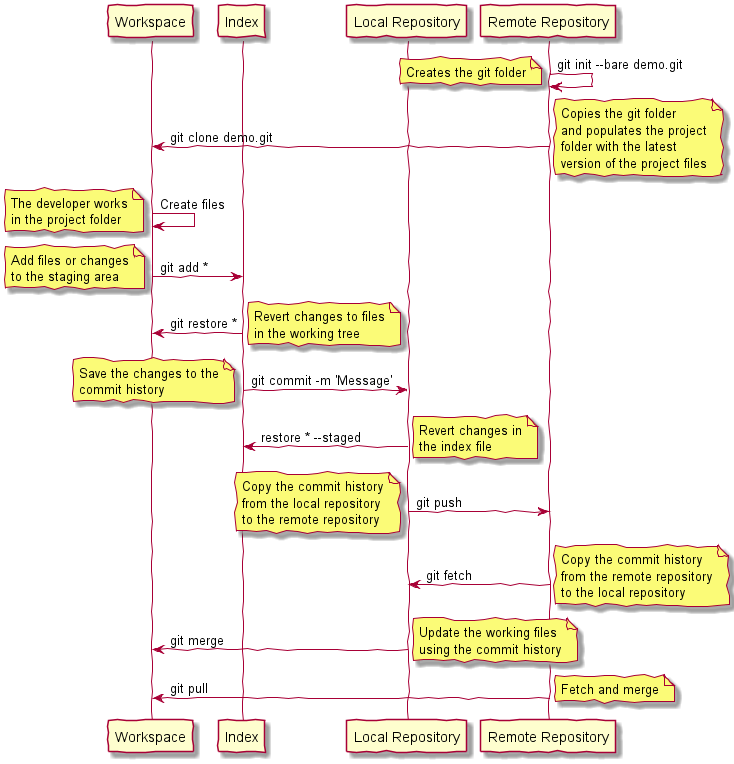
Earlier version of the PlantUML export Assets/images/git-dataflow-diagram.png (braboj/tutorial-git).
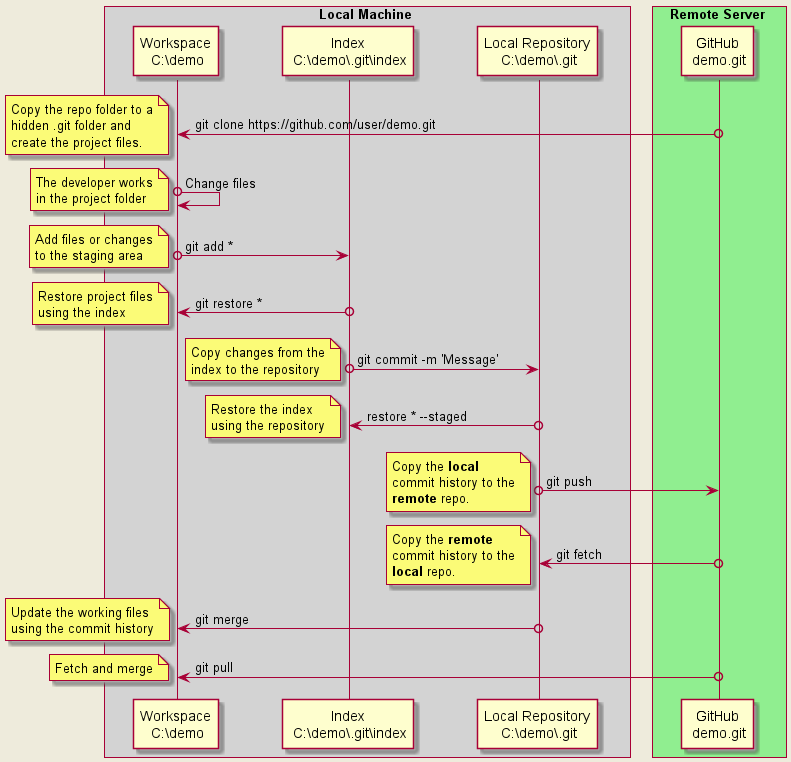
After the change.

Commit message:
(TUT-GIT) - Dataflow diagram

Change to the diagram source:
```diff
@@ -1,77 +1,79 @@
 @startuml
 skinparam lifelineStrategy solid
-skinparam handwritten true
+skinparam backgroundColor #EEEBDC
+skinparam handwritten false
+skinparam ParticipantPadding 25
+skinparam BoxPadding 10
 
-participant Workspace
-participant Index
-participant "Local Repository" as Local
-participant "Remote Repository" as Remote
+box Local Machine #LightGrey
+    participant "Workspace\n C:\demo" as Workspace
+    participant "Index\n C:\demo\.git\index" as Index
+    participant "Local Repository\n C:\demo\.git" as Local
+end box
 
-Remote -> Remote    : git init --bare demo.git
+box Remote Server #LightGreen
+    participant "GitHub\n demo.git" as Remote
+end box
+
+Remote o-> Workspace : git clone https://github.com/user/demo.git
 note left
-    Creates the git folder
+    Copy the repo folder to a
+    hidden .git folder and
+    create the project files.
 end note
 
-Remote -> Workspace : git clone demo.git
-note right
-    Copies the git folder
-    and populates the project
-    folder with the latest
-    version of the project files
-end note
-
-Workspace -> Workspace : Create files
+Workspace o-> Workspace : Change files
 note left
     The developer works
     in the project folder
 end note
 
-Workspace -> Index  : git add *
+Workspace o-> Index  : git add *
 note left
     Add files or changes
     to the staging area
 end note
 
-Index -> Workspace  : git restore *
-note right
-    Revert changes to files
-    in the working tree
+Index o-> Workspace  : git restore *
+note left
+    Restore project files
+    using the index
 end note
 
-Index -> Local      : git commit -m 'Message'
+Index o-> Local      : git commit -m 'Message'
 note left
-    Save the changes to the
-    commit history
+    Copy changes from the
+    index to the repository
 end note
 
-Local -> Index  :  restore * --staged
-note right
-    Revert changes in
-    the index file
+Local o-> Index  :  restore * --staged
+note left
+    Restore the index
+    using the repository
 end note
 
-Local -> Remote     : git push
+Local o-> Remote     : git push
 note left
-    Copy the commit history
-    from the local repository
-    to the remote repository
+    Copy the **local**
+    commit history to the
+    **remote** repo.
 end note
 
-Remote -> Local     : git fetch
-note right
-    Copy the commit history
-    from the remote repository
-    to the local repository
+Remote o-> Local     : git fetch
+note left
+    Copy the **remote**
+    commit history to the
+    **local** repo.
 end note
 
-Local -> Workspace  : git merge
-note right
+Local o-> Workspace  : git merge
+note left
     Update the working files
     using the commit history
 end note
 
-Remote -> Workspace : git pull
-note right
+Remote o-> Workspace : git pull
+note left
    Fetch and merge
 end note
 
```
